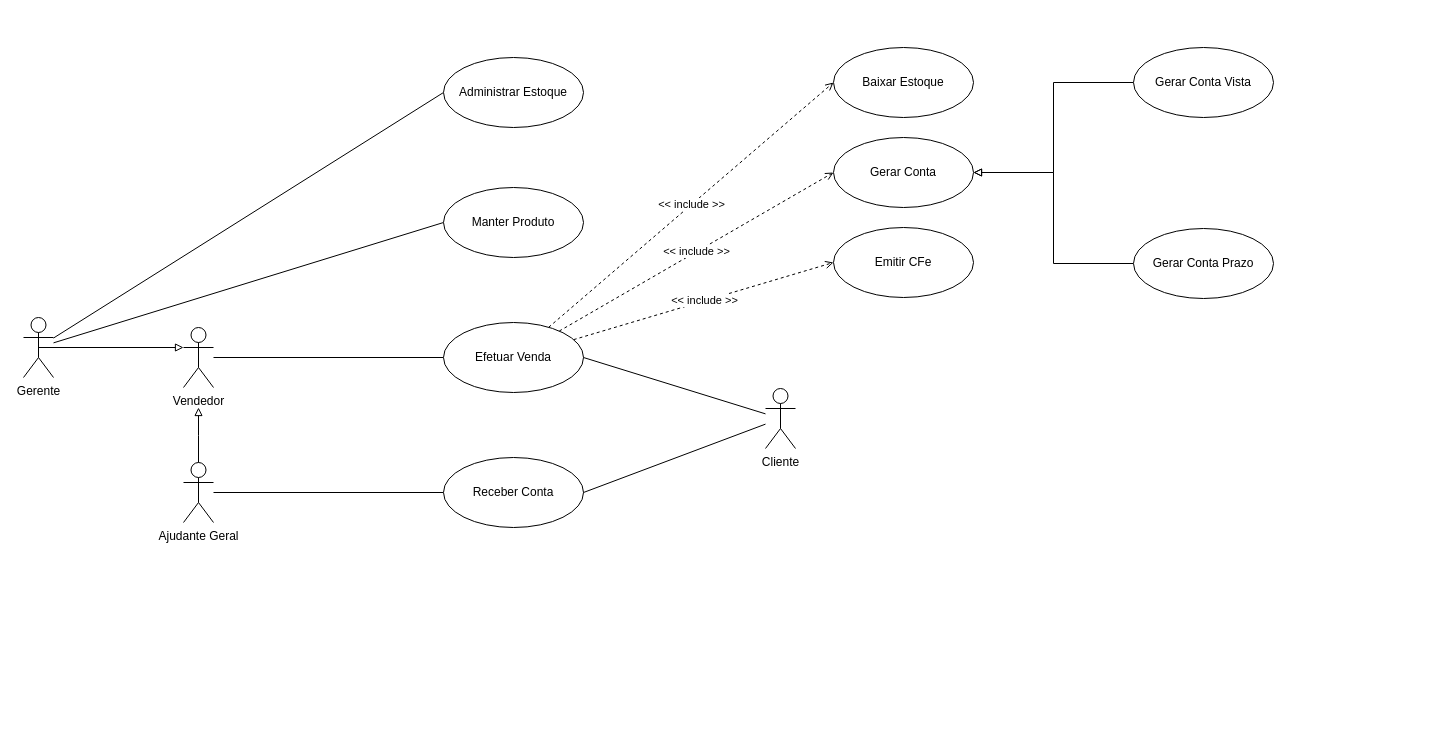
Before: IES300/atividades/atividade_casosDeUso.drawio in leonardosetti/FATECTq, a draw.io diagram. Source tidied: cells renumbered, new cells numbered last; positions are measured from the earlier drawing's top-left corner, leaving out a move shared by most shapes. Both pictures are drawn from the tidied source at 100%, with x=0, y=0 at pixel (23, 47).
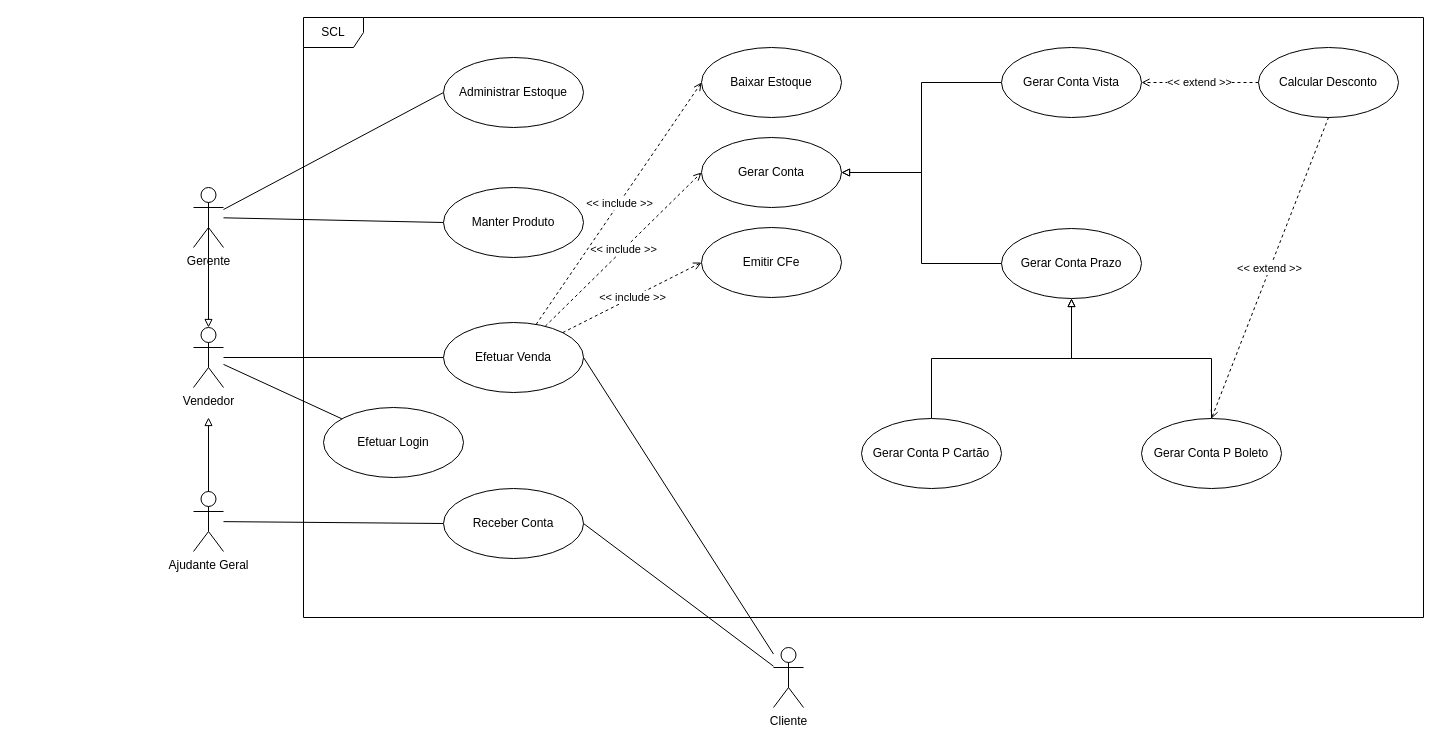
After the change.

Change to the diagram source:
```diff
@@
     <mxCell id="3" value="Vendedor" style="shape=umlActor;verticalLabelPosition=bottom;verticalAlign=top;html=1;strokeWidth=1;strokeColor=#000000;" parent="1" vertex="1">
-      <mxGeometry x="160" y="280" width="30" height="60" as="geometry" />
+      <mxGeometry x="170" y="280" width="30" height="60" as="geometry" />
     </mxCell>
@@
     <mxCell id="9" value="Ajudante Geral" style="shape=umlActor;verticalLabelPosition=bottom;verticalAlign=top;html=1;" parent="1" vertex="1">
-      <mxGeometry x="160" y="415" width="30" height="60" as="geometry" />
+      <mxGeometry x="170" y="444" width="30" height="60" as="geometry" />
     </mxCell>
     <mxCell id="10" value="Receber Conta" style="ellipse;whiteSpace=wrap;html=1;" parent="1" vertex="1">
-      <mxGeometry x="420" y="410" width="140" height="70" as="geometry" />
+      <mxGeometry x="420" y="441" width="140" height="70" as="geometry" />
     </mxCell>
-    <mxCell id="11" style="edgeStyle=orthogonalEdgeStyle;rounded=0;jettySize=auto;html=1;endArrow=block;endFill=0;" parent="1" edge="1" source="9">
+    <mxCell id="11" style="rounded=0;jettySize=auto;html=1;endArrow=block;endFill=0;" parent="1" edge="1" source="9">
       <mxGeometry relative="1" as="geometry">
-        <mxPoint x="175" y="360" as="targetPoint" />
+        <mxPoint x="185" y="370" as="targetPoint" />
       </mxGeometry>
     </mxCell>
-    <mxCell id="12" style="rounded=0;jettySize=auto;html=1;exitX=0.5;exitY=0.5;exitDx=0;exitDy=0;exitPerimeter=0;entryX=0;entryY=0.3333333333333333;entryDx=0;entryDy=0;entryPerimeter=0;endArrow=block;endFill=0;" parent="1" edge="1" source="15" target="3">
+    <mxCell id="12" style="rounded=0;jettySize=auto;html=1;exitX=0.5;exitY=0.5;exitDx=0;exitDy=0;exitPerimeter=0;endArrow=block;endFill=0;entryX=0.5;entryY=0;entryDx=0;entryDy=0;entryPerimeter=0;" parent="1" edge="1" source="15" target="3">
       <mxGeometry relative="1" as="geometry" />
     </mxCell>
@@
     <mxCell id="15" value="Gerente" style="shape=umlActor;verticalLabelPosition=bottom;verticalAlign=top;html=1;" parent="1" vertex="1">
-      <mxGeometry y="270" width="30" height="60" as="geometry" />
+      <mxGeometry x="170" y="140" width="30" height="60" as="geometry" />
     </mxCell>
@@
     <mxCell id="20" value="Cliente" style="shape=umlActor;verticalLabelPosition=bottom;verticalAlign=top;html=1;" parent="1" vertex="1">
-      <mxGeometry x="742" y="341" width="30" height="60" as="geometry" />
+      <mxGeometry x="750" y="600" width="30" height="60" as="geometry" />
     </mxCell>
     <mxCell id="21" value="Emitir CFe" style="ellipse;whiteSpace=wrap;html=1;" parent="1" vertex="1">
-      <mxGeometry x="810" y="180" width="140" height="70" as="geometry" />
+      <mxGeometry x="678" y="180" width="140" height="70" as="geometry" />
     </mxCell>
     <mxCell id="22" value="Gerar Conta" style="ellipse;whiteSpace=wrap;html=1;" parent="1" vertex="1">
-      <mxGeometry x="810" y="90" width="140" height="70" as="geometry" />
+      <mxGeometry x="678" y="90" width="140" height="70" as="geometry" />
     </mxCell>
     <mxCell id="23" value="Baixar Estoque" style="ellipse;whiteSpace=wrap;html=1;" parent="1" vertex="1">
-      <mxGeometry x="810" width="140" height="70" as="geometry" />
+      <mxGeometry x="678" width="140" height="70" as="geometry" />
     </mxCell>
@@
     <mxCell id="25" value="Gerar Conta Vista" style="ellipse;whiteSpace=wrap;html=1;" parent="1" vertex="1">
-      <mxGeometry x="1110" width="140" height="70" as="geometry" />
+      <mxGeometry x="978" width="140" height="70" as="geometry" />
     </mxCell>
@@
     <mxCell id="27" value="&lt;span style=&quot;color: rgb(0, 0, 0); font-family: Helvetica; font-size: 12px; font-style: normal; font-variant-ligatures: normal; font-variant-caps: normal; font-weight: 400; letter-spacing: normal; orphans: 2; text-align: center; text-indent: 0px; text-transform: none; widows: 2; word-spacing: 0px; -webkit-text-stroke-width: 0px; background-color: rgb(255, 255, 255); text-decoration-thickness: initial; text-decoration-style: initial; text-decoration-color: initial; float: none; display: inline !important;&quot;&gt;Gerar Conta Prazo&lt;/span&gt;" style="ellipse;whiteSpace=wrap;html=1;" parent="1" vertex="1">
-      <mxGeometry x="1110" y="181" width="140" height="70" as="geometry" />
+      <mxGeometry x="978" y="181" width="140" height="70" as="geometry" />
     </mxCell>
+    <mxCell id="28" value="&amp;lt;&amp;lt; extend &amp;gt;&amp;gt;" style="rounded=0;jettySize=auto;html=1;entryX=1;entryY=0.5;entryDx=0;entryDy=0;dashed=1;endArrow=open;endFill=0;" parent="1" edge="1" source="29" target="25">
+      <mxGeometry relative="1" as="geometry" />
+    </mxCell>
+    <mxCell id="29" value="Calcular Desconto" style="ellipse;whiteSpace=wrap;html=1;" parent="1" vertex="1">
+      <mxGeometry x="1235" width="140" height="70" as="geometry" />
+    </mxCell>
+    <mxCell id="30" style="edgeStyle=orthogonalEdgeStyle;rounded=0;jettySize=auto;html=1;entryX=0.5;entryY=1;entryDx=0;entryDy=0;endArrow=block;endFill=0;" parent="1" edge="1" source="31" target="27">
+      <mxGeometry relative="1" as="geometry" />
+    </mxCell>
+    <mxCell id="31" value="Gerar Conta P Cartão" style="ellipse;whiteSpace=wrap;html=1;" parent="1" vertex="1">
+      <mxGeometry x="838" y="371" width="140" height="70" as="geometry" />
+    </mxCell>
+    <mxCell id="32" value="&amp;lt;&amp;lt; extend &amp;gt;&amp;gt;" style="rounded=0;jettySize=auto;html=1;exitX=0.5;exitY=0;exitDx=0;exitDy=0;entryX=0.5;entryY=1;entryDx=0;entryDy=0;dashed=1;startArrow=open;startFill=0;endArrow=none;endFill=0;" parent="1" edge="1" source="34" target="29">
+      <mxGeometry relative="1" as="geometry" />
+    </mxCell>
+    <mxCell id="33" style="edgeStyle=orthogonalEdgeStyle;rounded=0;jettySize=auto;html=1;entryX=0.5;entryY=1;entryDx=0;entryDy=0;endArrow=block;endFill=0;" parent="1" edge="1" source="34" target="27">
+      <mxGeometry relative="1" as="geometry" />
+    </mxCell>
+    <mxCell id="34" value="Gerar Conta P Boleto" style="ellipse;whiteSpace=wrap;html=1;" parent="1" vertex="1">
+      <mxGeometry x="1118" y="371" width="140" height="70" as="geometry" />
+    </mxCell>
+    <mxCell id="35" style="rounded=0;jettySize=auto;html=1;endArrow=none;endFill=0;" parent="1" edge="1" source="37" target="3">
+      <mxGeometry relative="1" as="geometry" />
+    </mxCell>
+    <mxCell id="36" value="SCL" style="shape=umlFrame;whiteSpace=wrap;html=1;" parent="1" vertex="1">
+      <mxGeometry x="280" y="-30" width="1120" height="600" as="geometry" />
+    </mxCell>
+    <mxCell id="37" value="Efetuar Login" style="ellipse;whiteSpace=wrap;html=1;" parent="1" vertex="1">
+      <mxGeometry x="300" y="360" width="140" height="70" as="geometry" />
+    </mxCell>
```
